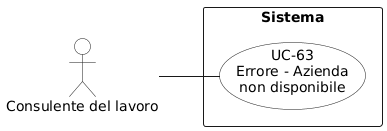
aLittleByte-19/Documentazione keeps this PlantUML diagram as RTB/Analisi dei Requisiti/diagrammi_use_case/UC-63.png. Above is the earlier version.
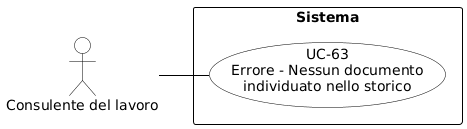
The same diagram one commit later.

What changed in the source:
```diff
@@ -1,14 +1,29 @@
 @startuml
+skinparam shadowing false
+skinparam defaultFontName Arial
 left to right direction
-skinparam packageStyle rectangle
-skinparam usecaseBackgroundColor White
-skinparam actorBackgroundColor White
+skinparam nodesep 15
+skinparam ranksep 50
 
-actor "Consulente del lavoro" as consulente
+skinparam usecase {
+    BackgroundColor white
+    BorderColor black
+    ArrowColor black
+}
+skinparam actor {
+    BackgroundColor white
+    BorderColor black
+}
+skinparam rectangle {
+    BorderColor black
+    FontStyle bold
+}
+
+actor "Consulente del lavoro" as cdl
 
 rectangle "Sistema" {
-  usecase "UC-63\nErrore - Azienda\nnon disponibile" as uc63
+    usecase "UC-63\nErrore - Nessun documento\nindividuato nello storico" as UC63
 }
 
-consulente -- uc63
+cdl -- UC63
 @enduml
```
